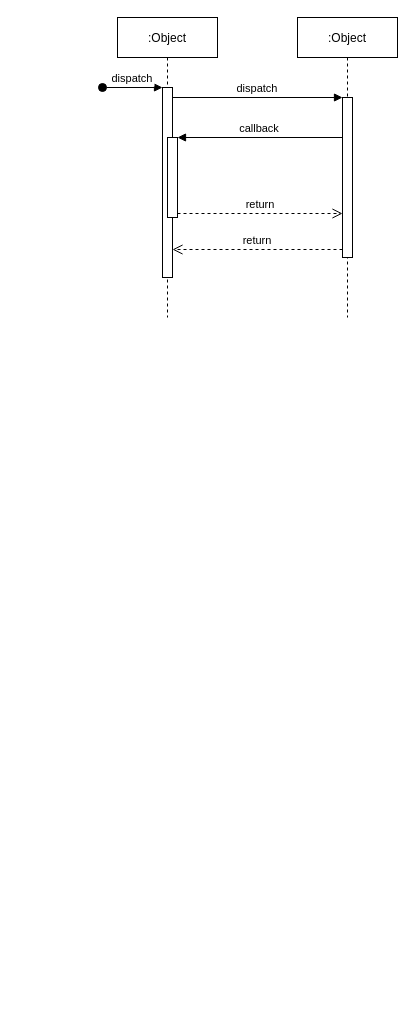
The draw.io diagram page "SequenceUML_1" (2 of 5) of M1_ClassUML.drawio in trong0dn/monopoly, before the edit. Source tidied: cells renumbered, new cells numbered last; positions are measured from the earlier drawing's top-left corner, leaving out a move shared by most shapes. Both pictures are drawn from the tidied source at 100%, with x=0, y=0 at pixel (102, 17).
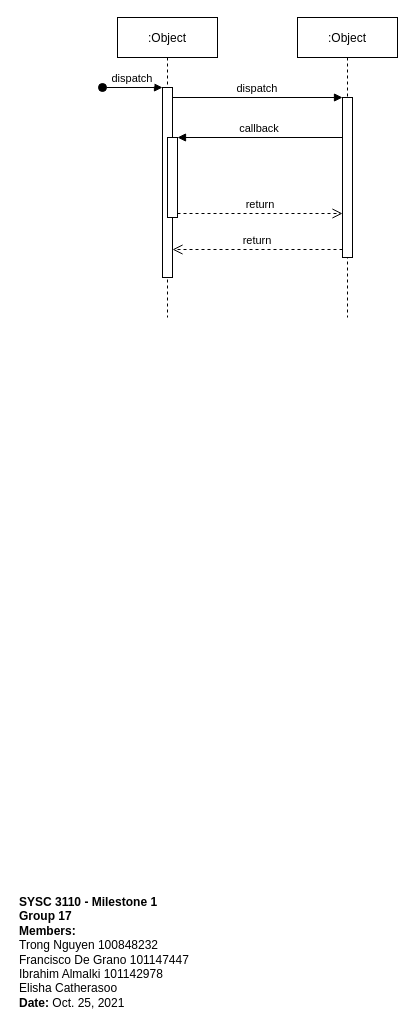
Above is the later version.

The edit, as a diff of the source:
```diff
@@
 <mxGraphModel>
   <root>
     <mxCell id="0" />
     <mxCell id="1" parent="0" />
     <mxCell id="2" value=":Object" style="shape=umlLifeline;perimeter=lifelinePerimeter;rounded=0;shadow=0;strokeWidth=1;" parent="1" vertex="1">
       <mxGeometry x="15" width="100" height="300" as="geometry" />
     </mxCell>
     <mxCell id="3" style="points=[];perimeter=orthogonalPerimeter;rounded=0;shadow=0;strokeWidth=1;" parent="2" vertex="1">
       <mxGeometry x="45" y="70" width="10" height="190" as="geometry" />
     </mxCell>
     <mxCell id="4" value="dispatch" style="verticalAlign=bottom;startArrow=oval;endArrow=block;startSize=8;shadow=0;strokeWidth=1;" parent="2" edge="1" target="3">
       <mxGeometry relative="1" as="geometry">
         <mxPoint x="-15" y="70" as="sourcePoint" />
       </mxGeometry>
     </mxCell>
     <mxCell id="5" style="points=[];perimeter=orthogonalPerimeter;rounded=0;shadow=0;strokeWidth=1;" parent="2" vertex="1">
       <mxGeometry x="50" y="120" width="10" height="80" as="geometry" />
     </mxCell>
     <mxCell id="6" value=":Object" style="shape=umlLifeline;perimeter=lifelinePerimeter;rounded=0;shadow=0;strokeWidth=1;" parent="1" vertex="1">
       <mxGeometry x="195" width="100" height="300" as="geometry" />
     </mxCell>
     <mxCell id="7" style="points=[];perimeter=orthogonalPerimeter;rounded=0;shadow=0;strokeWidth=1;" parent="6" vertex="1">
       <mxGeometry x="45" y="80" width="10" height="160" as="geometry" />
     </mxCell>
     <mxCell id="8" value="return" style="verticalAlign=bottom;endArrow=open;dashed=1;endSize=8;exitX=0;exitY=0.95;shadow=0;strokeWidth=1;" parent="1" edge="1" source="7" target="3">
       <mxGeometry relative="1" as="geometry" />
     </mxCell>
     <mxCell id="9" value="dispatch" style="verticalAlign=bottom;endArrow=block;entryX=0;entryY=0;shadow=0;strokeWidth=1;" parent="1" edge="1" source="3" target="7">
       <mxGeometry relative="1" as="geometry" />
     </mxCell>
     <mxCell id="10" value="callback" style="verticalAlign=bottom;endArrow=block;entryX=1;entryY=0;shadow=0;strokeWidth=1;" parent="1" edge="1" source="7" target="5">
       <mxGeometry relative="1" as="geometry" />
     </mxCell>
     <mxCell id="11" value="return" style="verticalAlign=bottom;endArrow=open;dashed=1;endSize=8;exitX=1;exitY=0.95;shadow=0;strokeWidth=1;" parent="1" edge="1" source="5" target="7">
       <mxGeometry relative="1" as="geometry" />
     </mxCell>
+    <mxCell id="12" value="&lt;b&gt;SYSC 3110 - Milestone 1&lt;/b&gt;&lt;br&gt;&lt;b&gt;Group 17&lt;/b&gt;&lt;br&gt;&lt;b&gt;Members:&lt;/b&gt;&lt;br&gt;Trong Nguyen 100848232 &lt;br&gt;Francisco De Grano 101147447 &lt;br&gt;Ibrahim Almalki 101142978 &lt;br&gt;Elisha Catherasoo&lt;br&gt;&lt;b&gt;Date: &lt;/b&gt;Oct. 25, 2021" style="text;html=1;strokeColor=none;fillColor=none;align=left;verticalAlign=middle;whiteSpace=wrap;rounded=0;" parent="1" vertex="1">
+      <mxGeometry x="-85" y="870" width="200" height="130" as="geometry" />
+    </mxCell>
   </root>
 </mxGraphModel>
```
